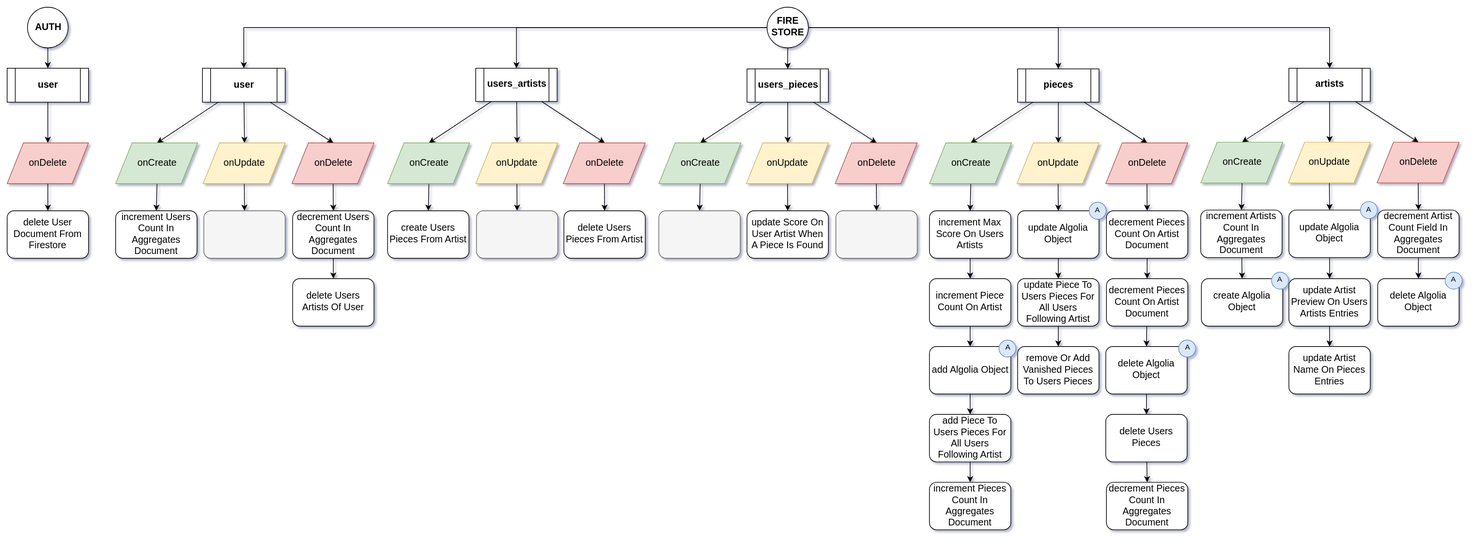
The draw.io diagram functions/resources/Functions flow diagram/Functions flow.svg in GaetanRoger/street-art-finder, before a commit. Source tidied: cells renumbered, new cells last; positions are measured from the earlier drawing's top-left corner, leaving out a move shared by most shapes.
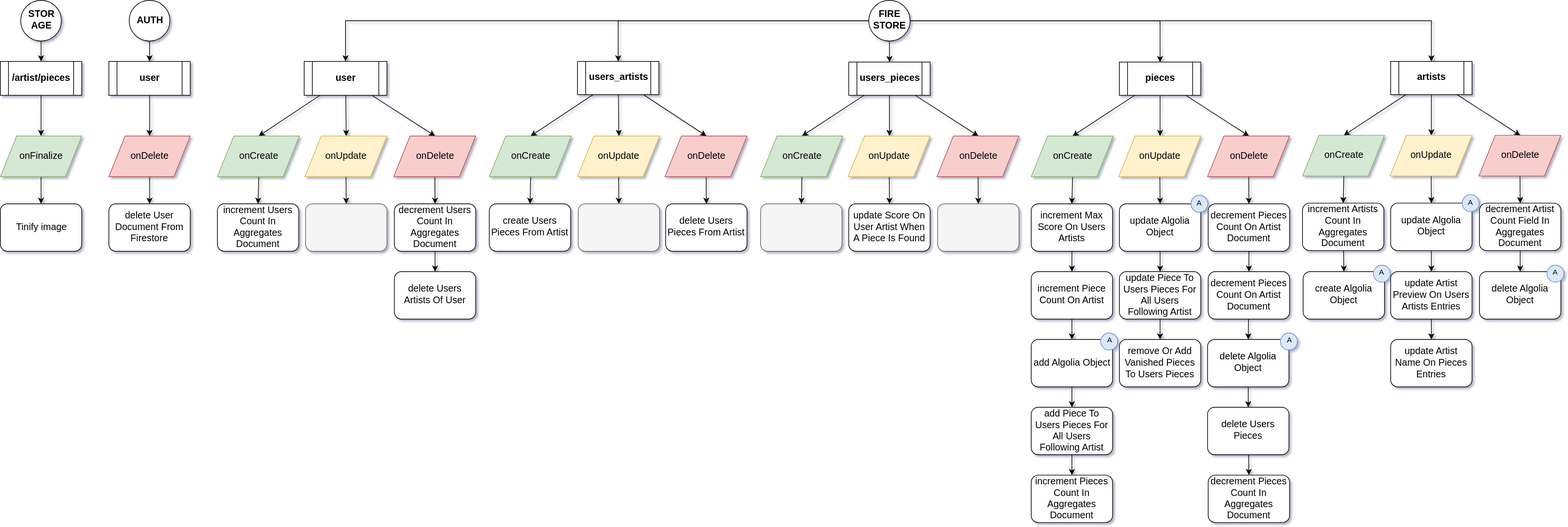
The same diagram one commit later.

Change to the diagram source:
```diff
@@ -344,5 +344,26 @@
     <mxCell id="115" value="remove Or Add Vanished Pieces To Users Pieces" style="rounded=1;whiteSpace=wrap;html=1;fontSize=14;fontColor=#000000;align=center;" parent="1" vertex="1">
       <mxGeometry x="1490" y="500" width="120" height="70" as="geometry" />
     </mxCell>
+    <mxCell id="116" style="edgeStyle=none;rounded=0;html=1;entryX=0.5;entryY=0;jettySize=auto;strokeColor=#000000;fontSize=14;fontColor=#000000;" parent="1" edge="1" source="117" target="119">
+      <mxGeometry relative="1" as="geometry" />
+    </mxCell>
+    <mxCell id="117" value="STOR&lt;br&gt;AGE" style="ellipse;whiteSpace=wrap;html=1;fontSize=14;fontColor=#000000;align=center;fontStyle=1;" parent="1" vertex="1">
+      <mxGeometry x="-130" width="60" height="60" as="geometry" />
+    </mxCell>
+    <mxCell id="118" style="edgeStyle=none;rounded=0;html=1;entryX=0.5;entryY=0;jettySize=auto;strokeColor=#000000;fontSize=14;fontColor=#000000;" parent="1" edge="1" source="119" target="121">
+      <mxGeometry relative="1" as="geometry" />
+    </mxCell>
+    <mxCell id="119" value="/artist/pieces" style="shape=process;whiteSpace=wrap;html=1;backgroundOutline=1;fontSize=14;fontColor=#000000;align=center;fontStyle=1;" parent="1" vertex="1">
+      <mxGeometry x="-160" y="90" width="120" height="50" as="geometry" />
+    </mxCell>
+    <mxCell id="120" style="edgeStyle=none;rounded=0;html=1;entryX=0.5;entryY=0;jettySize=auto;strokeColor=#000000;fontSize=14;fontColor=#000000;" parent="1" edge="1" source="121" target="122">
+      <mxGeometry relative="1" as="geometry" />
+    </mxCell>
+    <mxCell id="121" value="onFinalize" style="shape=parallelogram;perimeter=parallelogramPerimeter;whiteSpace=wrap;html=1;fontSize=14;align=center;fillColor=#d5e8d4;strokeColor=#82b366;" parent="1" vertex="1">
+      <mxGeometry x="-160" y="200" width="120" height="60" as="geometry" />
+    </mxCell>
+    <mxCell id="122" value="&lt;div&gt;Tinify image&lt;/div&gt;" style="rounded=1;whiteSpace=wrap;html=1;fontSize=14;fontColor=#000000;align=center;" parent="1" vertex="1">
+      <mxGeometry x="-160" y="300" width="120" height="70" as="geometry" />
+    </mxCell>
   </root>
 </mxGraphModel>
```
